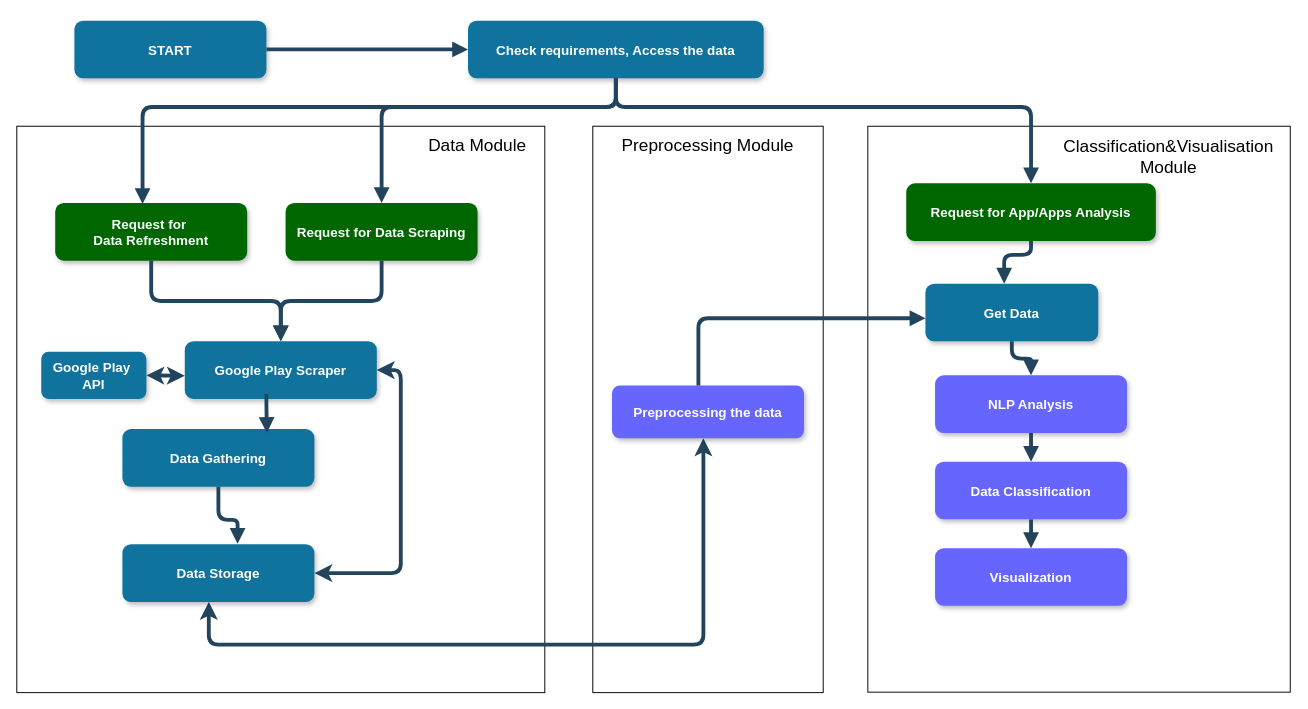
Before: diagrams/Diagram System Architecture.drawio in mikolaj2268/review_radar, a draw.io diagram. Source tidied: cells renumbered, new cells numbered last; positions are measured from the earlier drawing's top-left corner, leaving out a move shared by most shapes. Both pictures are drawn from the tidied source at 96%, with x=0, y=0 at pixel (16, 20).
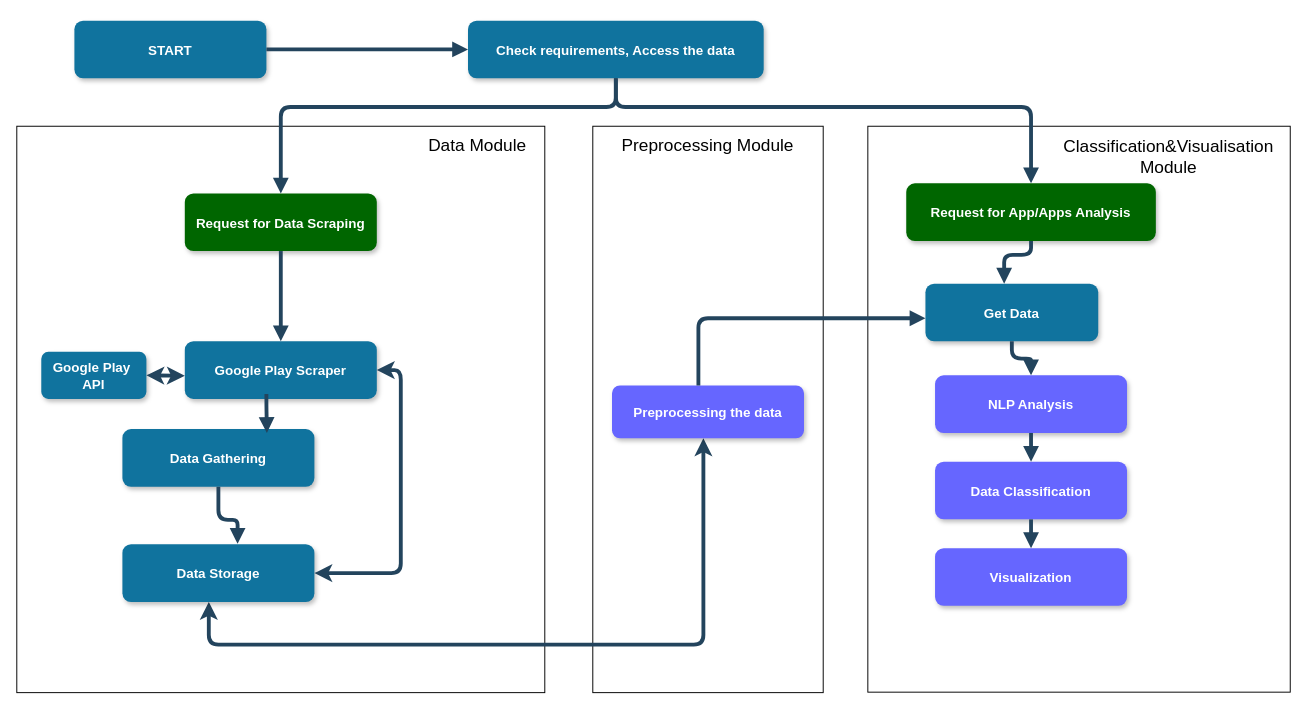
The same diagram, later.

Unchanged cells that the change refers to:
```xml
<mxCell id="6" value="Check requirements, Access the data" style="rounded=1;fillColor=#10739E;strokeColor=none;shadow=1;gradientColor=none;fontStyle=1;fontColor=#FFFFFF;fontSize=14;" parent="1" vertex="1">
  <mxGeometry x="470" width="308" height="60" as="geometry" />
</mxCell>
<mxCell id="10" value="Google Play Scraper" style="rounded=1;fillColor=#10739E;strokeColor=none;shadow=1;gradientColor=none;fontStyle=1;fontColor=#FFFFFF;fontSize=14;" parent="1" vertex="1">
  <mxGeometry x="175" y="334" width="200" height="60" as="geometry" />
</mxCell>
```

Diff of the diagram source:
```diff
@@
-    <mxCell id="7" value="Request for &#10;Data Refreshment" style="rounded=1;fillColor=#006600;strokeColor=none;shadow=1;gradientColor=none;fontStyle=1;fontColor=#FFFFFF;fontSize=14;" parent="1" vertex="1">
-      <mxGeometry x="40" y="190" width="200" height="60" as="geometry" />
-    </mxCell>
     <mxCell id="8" value="Request for Data Scraping" style="rounded=1;fillColor=#006600;strokeColor=none;shadow=1;gradientColor=none;fontStyle=1;fontColor=#FFFFFF;fontSize=14;" parent="1" vertex="1">
-      <mxGeometry x="280" y="190" width="200" height="60" as="geometry" />
+      <mxGeometry x="175" y="180" width="200" height="60" as="geometry" />
     </mxCell>
@@
-    <mxCell id="26" style="edgeStyle=elbowEdgeStyle;elbow=vertical;strokeWidth=4;endArrow=block;endFill=1;fontStyle=1;strokeColor=#23445D;entryX=0.455;entryY=0.017;entryDx=0;entryDy=0;entryPerimeter=0;exitX=0.5;exitY=1;exitDx=0;exitDy=0;" parent="1" edge="1" source="6" target="7">
-      <mxGeometry x="22" y="165.5" as="geometry">
-        <Array as="points">
-          <mxPoint x="350" y="90" />
-          <mxPoint x="530" y="160" />
-          <mxPoint x="310" y="170" />
-        </Array>
-      </mxGeometry>
-    </mxCell>
@@
-    <mxCell id="29" style="edgeStyle=elbowEdgeStyle;elbow=vertical;strokeWidth=4;endArrow=block;endFill=1;fontStyle=1;strokeColor=#23445D;entryX=0.5;entryY=0;entryDx=0;entryDy=0;" parent="1" edge="1" source="7" target="10">
-      <mxGeometry x="62" y="175.5" as="geometry" />
-    </mxCell>
```
